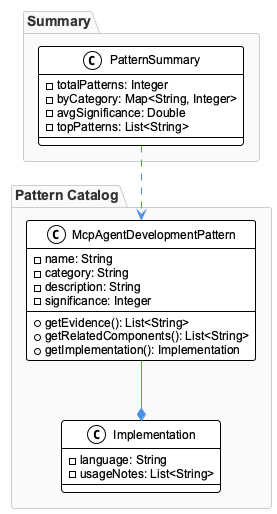
The PlantUML diagram knowledge-management/insights/images/mcp-agent-development-pattern-class.png in fwornle/coding, before a commit. Source of this version:
```plantuml
@startuml
!include /Users/q284340/Agentic/coding/docs/puml/_standard-style.puml

package "Pattern Catalog" {
  class McpAgentDevelopmentPattern {
    - name: String
    - category: String
    - description: String
    - significance: Integer
    + getEvidence(): List<String>
    + getRelatedComponents(): List<String>
    + getImplementation(): Implementation
  }

  class Implementation {
    - language: String
    - usageNotes: List<String>
  }

  McpAgentDevelopmentPattern --* Implementation
}

package "Summary" {
  class PatternSummary {
    - totalPatterns: Integer
    - byCategory: Map<String, Integer>
    - avgSignificance: Double
    - topPatterns: List<String>
  }

  PatternSummary ..> McpAgentDevelopmentPattern
}

@enduml
```
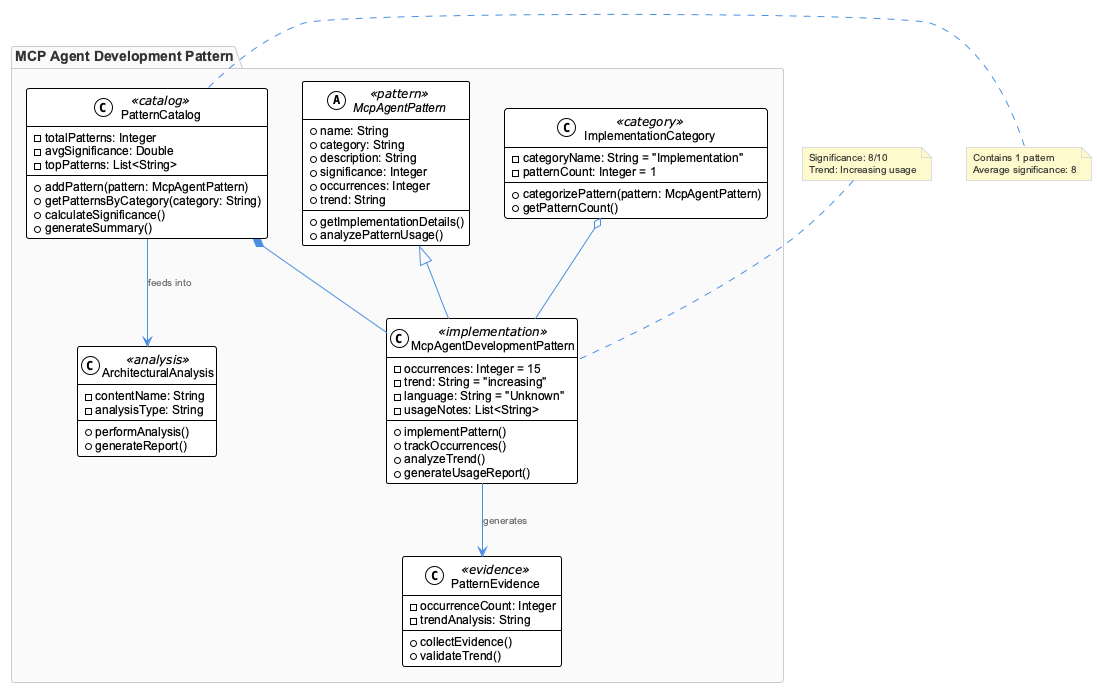
Later version of the same file.

What changed in the source:
```diff
@@ -1,34 +1,70 @@
 @startuml
 !include /Users/q284340/Agentic/coding/docs/puml/_standard-style.puml
 
-package "Pattern Catalog" {
-  class McpAgentDevelopmentPattern {
-    - name: String
-    - category: String
-    - description: String
-    - significance: Integer
-    + getEvidence(): List<String>
-    + getRelatedComponents(): List<String>
-    + getImplementation(): Implementation
-  }
+package "MCP Agent Development Pattern" {
 
-  class Implementation {
-    - language: String
-    - usageNotes: List<String>
-  }
+    abstract class McpAgentPattern <<pattern>> {
+        +name: String
+        +category: String
+        +description: String
+        +significance: Integer
+        +occurrences: Integer
+        +trend: String
+        +getImplementationDetails()
+        +analyzePatternUsage()
+    }
 
-  McpAgentDevelopmentPattern --* Implementation
+    class McpAgentDevelopmentPattern <<implementation>> {
+        -occurrences: Integer = 15
+        -trend: String = "increasing"
+        -language: String = "Unknown"
+        -usageNotes: List<String>
+        +implementPattern()
+        +trackOccurrences()
+        +analyzeTrend()
+        +generateUsageReport()
+    }
+
+    class PatternCatalog <<catalog>> {
+        -totalPatterns: Integer
+        -avgSignificance: Double
+        -topPatterns: List<String>
+        +addPattern(pattern: McpAgentPattern)
+        +getPatternsByCategory(category: String)
+        +calculateSignificance()
+        +generateSummary()
+    }
+
+    class ImplementationCategory <<category>> {
+        -categoryName: String = "Implementation"
+        -patternCount: Integer = 1
+        +categorizePattern(pattern: McpAgentPattern)
+        +getPatternCount()
+    }
+
+    class PatternEvidence <<evidence>> {
+        -occurrenceCount: Integer
+        -trendAnalysis: String
+        +collectEvidence()
+        +validateTrend()
+    }
+
+    class ArchitecturalAnalysis <<analysis>> {
+        -contentName: String
+        -analysisType: String
+        +performAnalysis()
+        +generateReport()
+    }
+
+    McpAgentPattern <|-- McpAgentDevelopmentPattern
+    PatternCatalog *-- McpAgentDevelopmentPattern
+    ImplementationCategory o-- McpAgentDevelopmentPattern
+    McpAgentDevelopmentPattern --> PatternEvidence : "generates"
+    PatternCatalog --> ArchitecturalAnalysis : "feeds into"
+
 }
 
-package "Summary" {
-  class PatternSummary {
-    - totalPatterns: Integer
-    - byCategory: Map<String, Integer>
-    - avgSignificance: Double
-    - topPatterns: List<String>
-  }
-
-  PatternSummary ..> McpAgentDevelopmentPattern
-}
+note top of McpAgentDevelopmentPattern : Significance: 8/10\nTrend: Increasing usage
+note right of PatternCatalog : Contains 1 pattern\nAverage significance: 8
 
 @enduml
```
